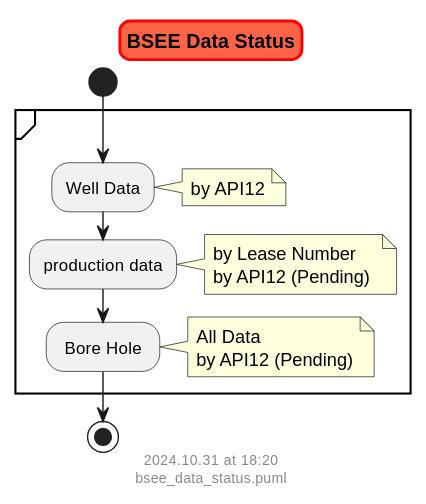
The PlantUML diagram docs/_lib/bsee_data/bsee_data_status.svg in vamseeachanta/worldenergydata, before a commit. Its diagram source:
```plantuml
@startuml
skinparam titleBorderRoundCorner 15
skinparam titleBorderThickness 2
skinparam titleBorderColor red
skinparam titleBackgroundColor Tomato

title BSEE Data Status

start

    partition {

        :Well Data;
            note right
                by API12
            end note

        :production data;
            note right
                by Lease Number
                by API12 (Pending)
            end note

        : Bore Hole ;
            note right
                All Data
                by API12 (Pending)
            end note

    }

stop

footer
%date("yyyy.MM.dd' at 'HH:mm")
%filename()
end footer
@enduml
```
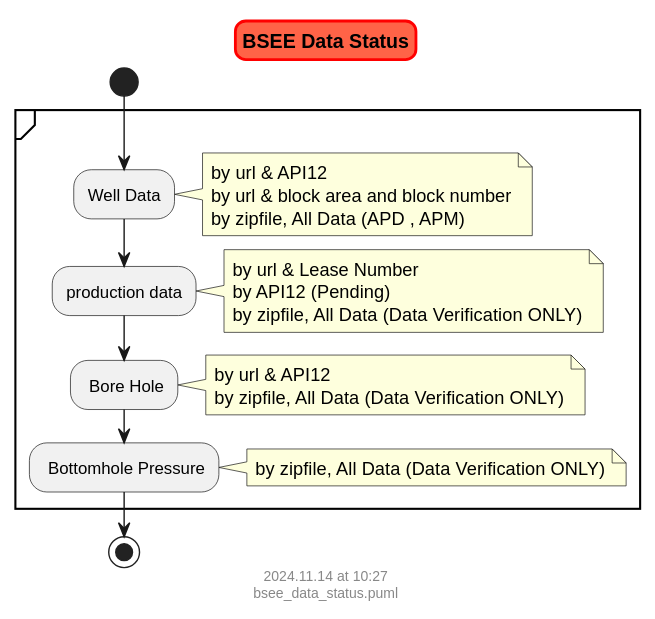
The same file after the commit.

Diff of the diagram source:
```diff
@@ -12,19 +12,27 @@
 
         :Well Data;
             note right
-                by API12
+                by url & API12
+                by url & block area and block number
+                by zipfile, All Data (APD , APM)
             end note
 
         :production data;
             note right
-                by Lease Number
+                by url & Lease Number
                 by API12 (Pending)
+                by zipfile, All Data (Data Verification ONLY)
             end note
 
-        : Bore Hole ;
+        : Bore Hole;
             note right
-                All Data
-                by API12 (Pending)
+                by url & API12
+                by zipfile, All Data (Data Verification ONLY)
+            end note
+
+        : Bottomhole Pressure;
+            note right
+                by zipfile, All Data (Data Verification ONLY)
             end note
 
     }
```
